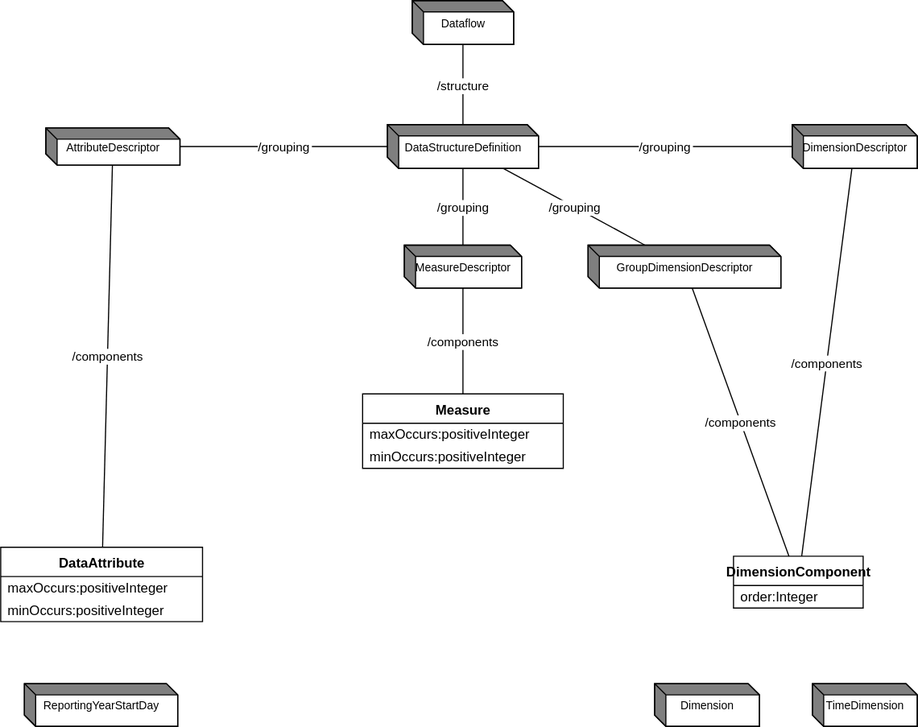
The draw.io diagram docs/information_model/media/sdmx_datastructure-datastructuredefinition_relationship.svg in dosse/sdmx-im, before a commit. Source tidied: cells renumbered, new cells last; positions are measured from the earlier drawing's top-left corner, leaving out a move shared by most shapes.
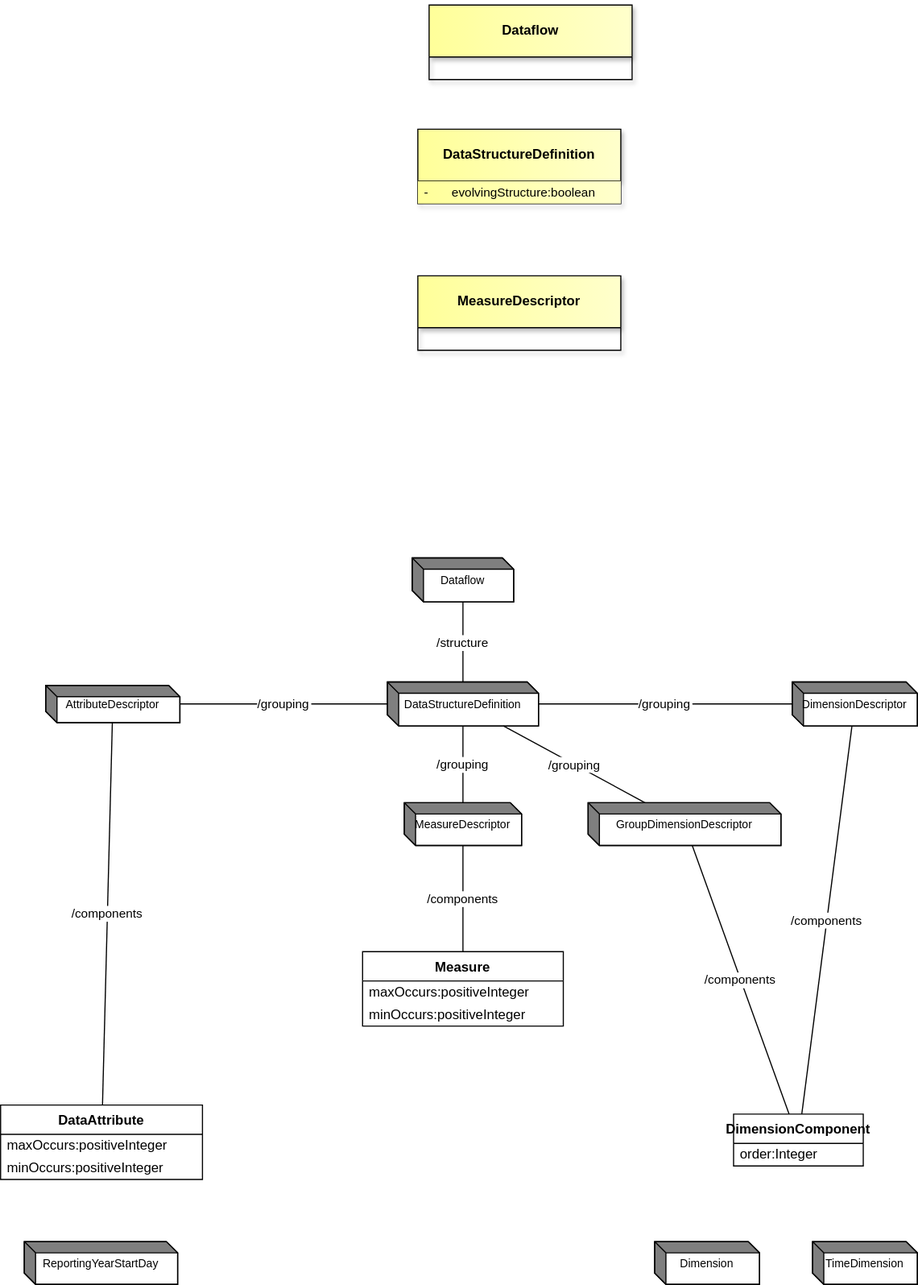
Above is the later version.

Commit message:
https://github.com/sdmx-twg/sdmx-im/issues/47

Diff of the diagram source:
```diff
@@ -158,5 +158,17 @@
     <mxCell id="53" style="endArrow=none;" parent="1" edge="1" source="16">
       <mxGeometry relative="1" as="geometry" />
     </mxCell>
+    <mxCell id="54" value="Dataflow" style="swimlane;fontStyle=1;align=center;verticalAlign=middle;horizontal=1;startSize=46;whiteSpace=wrap;html=1;fillColor=light-dark(#FFFF99,#FFFF99);strokeColor=light-dark(#000000,#000000);gradientDirection=east;swimlaneLine=1;fontColor=light-dark(#000000,#000000);labelBackgroundColor=none;textShadow=0;gradientColor=light-dark(#FFFFCC,#FFFFCC);shadow=1;" parent="1" vertex="1">
+      <mxGeometry x="380" y="-490" width="180" height="66" as="geometry" />
+    </mxCell>
+    <mxCell id="55" value="DataStructureDefinition" style="swimlane;fontStyle=1;align=center;verticalAlign=middle;horizontal=1;startSize=46;whiteSpace=wrap;html=1;fillColor=light-dark(#FFFF99,#FFFF99);strokeColor=light-dark(#000000,#000000);gradientDirection=east;swimlaneLine=1;fontColor=light-dark(#000000,#000000);labelBackgroundColor=none;textShadow=0;gradientColor=light-dark(#FFFFCC,#FFFFCC);shadow=1;" parent="1" vertex="1">
+      <mxGeometry x="370" y="-380" width="180" height="66" as="geometry" />
+    </mxCell>
+    <mxCell id="56" value="-&lt;span style=&quot;white-space: pre;&quot;&gt;&#9;&lt;/span&gt;evolvingStructure:boolean" style="text;strokeColor=none;fillColor=light-dark(#FFFF99,#FFFF99);align=left;verticalAlign=middle;spacingLeft=4;spacingRight=4;overflow=hidden;whiteSpace=wrap;html=1;fontSize=11;gradientColor=light-dark(#FFFFCC,#FFFFCC);gradientDirection=east;fontColor=light-dark(#000000,#000000);strokeWidth=0;" parent="55" vertex="1">
+      <mxGeometry y="46" width="180" height="20" as="geometry" />
+    </mxCell>
+    <mxCell id="57" value="MeasureDescriptor" style="swimlane;fontStyle=1;align=center;verticalAlign=middle;horizontal=1;startSize=46;whiteSpace=wrap;html=1;fillColor=light-dark(#FFFF99,#FFFF99);strokeColor=light-dark(#000000,#000000);gradientDirection=east;swimlaneLine=1;fontColor=light-dark(#000000,#000000);labelBackgroundColor=none;textShadow=0;gradientColor=light-dark(#FFFFCC,#FFFFCC);shadow=1;" parent="1" vertex="1">
+      <mxGeometry x="370" y="-250" width="180" height="66" as="geometry" />
+    </mxCell>
   </root>
 </mxGraphModel>
```
